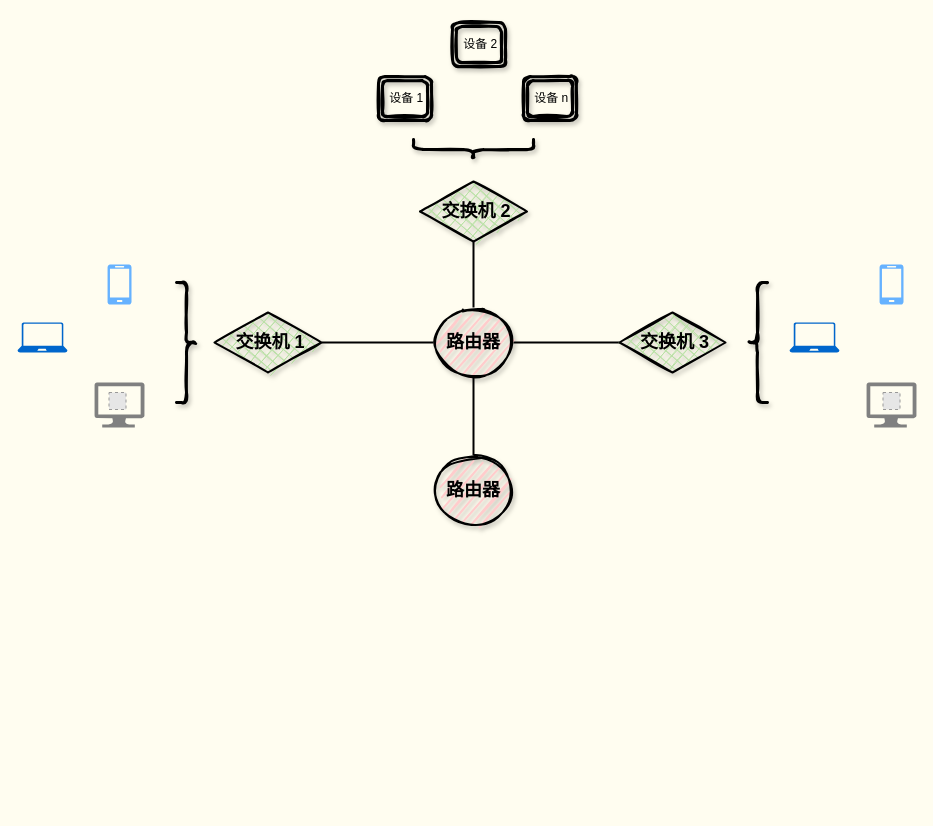
The draw.io diagram pictures/负载均衡/network.drawio in boxtsecond/draw, before the edit. Source tidied: cells renumbered, new cells numbered last; positions are measured from the earlier drawing's top-left corner, leaving out a move shared by most shapes. Both pictures are drawn from the tidied source at 100%, with x=0, y=0 at pixel (17, 22). Pictures stored in the file or linked from it are replaced by grey dashed boxes.
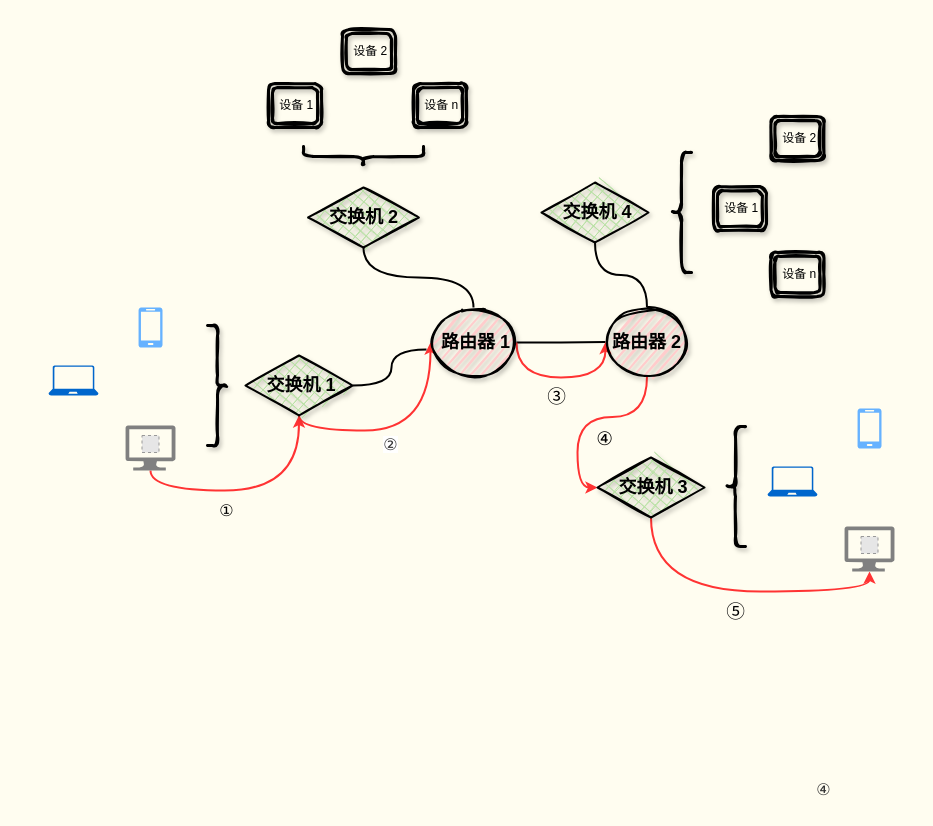
Above is the later version.

What changed in the source:
```diff
@@
     <mxCell id="2" style="shadow=0;dashed=0;html=1;strokeColor=none;labelPosition=center;verticalLabelPosition=bottom;verticalAlign=top;align=center;fillColor=#66B2FF;shape=mxgraph.azure.mobile;" parent="1" vertex="1">
-      <mxGeometry x="90" y="242" width="24" height="40" as="geometry" />
+      <mxGeometry x="121" y="285" width="24" height="40" as="geometry" />
     </mxCell>
+    <mxCell id="27" style="edgeStyle=orthogonalEdgeStyle;curved=1;rounded=1;jumpStyle=arc;jettySize=auto;html=1;exitX=0.5;exitY=1;exitDx=0;exitDy=0;exitPerimeter=0;entryX=0.5;entryY=1;entryDx=0;entryDy=0;endArrow=classic;endFill=1;strokeWidth=2;strokeColor=#FF3333;" parent="1" edge="1" source="3" target="7">
+      <mxGeometry relative="1" as="geometry" />
+    </mxCell>
     <mxCell id="3" style="shadow=0;dashed=0;html=1;strokeColor=none;labelPosition=center;verticalLabelPosition=bottom;verticalAlign=top;align=center;fillColor=#808080;shape=mxgraph.azure.computer;" parent="1" vertex="1">
-      <mxGeometry x="77" y="360" width="50" height="45" as="geometry" />
+      <mxGeometry x="108" y="403" width="50" height="45" as="geometry" />
     </mxCell>
     <mxCell id="4" style="shadow=0;dashed=0;html=1;strokeColor=none;labelPosition=center;verticalLabelPosition=bottom;verticalAlign=top;align=center;fillColor=#0066CC;shape=mxgraph.azure.laptop;" parent="1" vertex="1">
-      <mxGeometry y="300" width="50" height="30" as="geometry" />
+      <mxGeometry x="31" y="343" width="50" height="30" as="geometry" />
     </mxCell>
@@
-    <mxCell id="6" style="edgeStyle=orthogonalEdgeStyle;curved=1;rounded=1;jumpStyle=arc;jettySize=auto;html=1;exitX=1;exitY=0.5;exitDx=0;exitDy=0;entryX=0;entryY=0.5;entryDx=0;entryDy=0;endArrow=none;endFill=0;strokeWidth=2;" parent="1" edge="1" source="7" target="12">
-      <mxGeometry relative="1" as="geometry" />
-    </mxCell>
+    <mxCell id="28" style="edgeStyle=orthogonalEdgeStyle;curved=1;rounded=1;jumpStyle=arc;jettySize=auto;html=1;exitX=0.5;exitY=1;exitDx=0;exitDy=0;entryX=0;entryY=0.5;entryDx=0;entryDy=0;endArrow=classic;endFill=1;strokeWidth=2;fontSize=16;strokeColor=#FF3333;" parent="1" edge="1" source="7" target="12">
+      <mxGeometry relative="1" as="geometry">
+        <Array as="points">
+          <mxPoint x="413" y="408" />
+        </Array>
+      </mxGeometry>
+    </mxCell>
+    <mxCell id="29" style="edgeStyle=orthogonalEdgeStyle;curved=1;rounded=1;jumpStyle=arc;jettySize=auto;html=1;exitX=1;exitY=0.5;exitDx=0;exitDy=0;entryX=-0.047;entryY=0.6;entryDx=0;entryDy=0;entryPerimeter=0;endArrow=none;endFill=0;strokeWidth=2;fontSize=16;" parent="1" edge="1" source="7" target="12">
+      <mxGeometry relative="1" as="geometry" />
+    </mxCell>
     <mxCell id="7" value="&lt;b&gt;&lt;font style=&quot;font-size: 18px&quot;&gt;&amp;nbsp;交换机 1&lt;/font&gt;&lt;/b&gt;" style="rhombus;whiteSpace=wrap;html=1;strokeWidth=2;fillWeight=-1;hachureGap=8;fillStyle=cross-hatch;sketch=1;shadow=1;glass=0;fillColor=#B9E0A5;" parent="1" vertex="1">
-      <mxGeometry x="197" y="290" width="107" height="60" as="geometry" />
+      <mxGeometry x="228" y="333" width="107" height="60" as="geometry" />
     </mxCell>
     <mxCell id="8" style="shape=curlyBracket;whiteSpace=wrap;html=1;rounded=1;shadow=1;glass=0;sketch=1;strokeWidth=3;fillColor=#B9E0A5;direction=west;size=0.5;" parent="1" vertex="1">
-      <mxGeometry x="159" y="260" width="20" height="120" as="geometry" />
+      <mxGeometry x="190" y="303" width="20" height="120" as="geometry" />
     </mxCell>
@@
-    <mxCell id="11" style="edgeStyle=orthogonalEdgeStyle;curved=1;rounded=1;jumpStyle=arc;jettySize=auto;html=1;exitX=1;exitY=0.5;exitDx=0;exitDy=0;entryX=0;entryY=0.5;entryDx=0;entryDy=0;endArrow=none;endFill=0;strokeWidth=2;" parent="1" edge="1" source="12" target="15">
-      <mxGeometry relative="1" as="geometry" />
-    </mxCell>
+    <mxCell id="30" style="edgeStyle=orthogonalEdgeStyle;curved=1;rounded=1;jumpStyle=arc;jettySize=auto;html=1;exitX=1;exitY=0.5;exitDx=0;exitDy=0;endArrow=classic;endFill=1;strokeWidth=2;fontSize=16;strokeColor=#FF3333;" parent="1" edge="1" source="12" target="13">
+      <mxGeometry relative="1" as="geometry">
+        <Array as="points">
+          <mxPoint x="499" y="355" />
+          <mxPoint x="588" y="355" />
+        </Array>
+      </mxGeometry>
+    </mxCell>
-    <mxCell id="12" value="&lt;b&gt;&lt;font style=&quot;font-size: 18px&quot;&gt;路由器&lt;/font&gt;&lt;/b&gt;" style="ellipse;whiteSpace=wrap;html=1;strokeWidth=2;fillWeight=2;hachureGap=8;fillStyle=dots;sketch=1;shadow=1;glass=0;fillColor=#FFCCCC;" parent="1" vertex="1">
-      <mxGeometry x="416" y="285" width="80" height="70" as="geometry" />
+    <mxCell id="12" value="&lt;b&gt;&lt;font style=&quot;font-size: 18px&quot;&gt;&amp;nbsp;路由器 1&lt;/font&gt;&lt;/b&gt;" style="ellipse;whiteSpace=wrap;html=1;strokeWidth=2;fillWeight=2;hachureGap=8;fillStyle=dots;sketch=1;shadow=1;glass=0;fillColor=#FFCCCC;" parent="1" vertex="1">
+      <mxGeometry x="413" y="285" width="86" height="70" as="geometry" />
     </mxCell>
+    <mxCell id="31" style="edgeStyle=orthogonalEdgeStyle;curved=1;rounded=1;jumpStyle=arc;jettySize=auto;html=1;exitX=0.5;exitY=0;exitDx=0;exitDy=0;entryX=0.5;entryY=1;entryDx=0;entryDy=0;endArrow=none;endFill=0;strokeWidth=2;fontSize=16;" parent="1" edge="1" source="13" target="39">
+      <mxGeometry relative="1" as="geometry" />
+    </mxCell>
+    <mxCell id="32" style="edgeStyle=orthogonalEdgeStyle;curved=1;rounded=1;jumpStyle=arc;jettySize=auto;html=1;exitX=0.5;exitY=1;exitDx=0;exitDy=0;entryX=0;entryY=0.5;entryDx=0;entryDy=0;endArrow=classic;endFill=1;strokeWidth=2;fontSize=16;strokeColor=#FF3333;" parent="1" edge="1" source="13" target="15">
+      <mxGeometry relative="1" as="geometry" />
+    </mxCell>
-    <mxCell id="13" value="&lt;b&gt;&lt;font style=&quot;font-size: 18px&quot;&gt;路由器&lt;/font&gt;&lt;/b&gt;" style="ellipse;whiteSpace=wrap;html=1;strokeWidth=2;fillWeight=2;hachureGap=8;fillStyle=dots;sketch=1;shadow=1;glass=0;fillColor=#FFCCCC;" parent="1" vertex="1">
-      <mxGeometry x="416" y="433" width="80" height="70" as="geometry" />
+    <mxCell id="13" value="&lt;b&gt;&lt;font style=&quot;font-size: 18px&quot;&gt;路由器 2&lt;/font&gt;&lt;/b&gt;" style="ellipse;whiteSpace=wrap;html=1;strokeWidth=2;fillWeight=2;hachureGap=8;fillStyle=dots;sketch=1;shadow=1;glass=0;fillColor=#FFCCCC;" parent="1" vertex="1">
+      <mxGeometry x="588" y="285" width="83" height="69" as="geometry" />
     </mxCell>
-    <mxCell id="14" value="&lt;b&gt;&lt;font style=&quot;font-size: 18px&quot;&gt;&amp;nbsp;交换机 2&lt;/font&gt;&lt;/b&gt;" style="rhombus;whiteSpace=wrap;html=1;strokeWidth=2;fillWeight=-1;hachureGap=8;fillStyle=cross-hatch;sketch=1;shadow=1;glass=0;fillColor=#B9E0A5;" parent="1" vertex="1">
-      <mxGeometry x="402.5" y="159" width="107" height="60" as="geometry" />
+    <mxCell id="14" value="&lt;b&gt;&lt;font style=&quot;font-size: 18px&quot;&gt;交换机 2&lt;/font&gt;&lt;/b&gt;" style="rhombus;whiteSpace=wrap;html=1;strokeWidth=2;fillWeight=-1;hachureGap=8;fillStyle=cross-hatch;sketch=1;shadow=1;glass=0;fillColor=#B9E0A5;" parent="1" vertex="1">
+      <mxGeometry x="290.6" y="165" width="110.8" height="60" as="geometry" />
     </mxCell>
+    <mxCell id="33" style="edgeStyle=orthogonalEdgeStyle;curved=1;rounded=1;jumpStyle=arc;jettySize=auto;html=1;exitX=0.5;exitY=1;exitDx=0;exitDy=0;entryX=0.5;entryY=1;entryDx=0;entryDy=0;entryPerimeter=0;endArrow=classic;endFill=1;strokeWidth=2;fontSize=16;strokeColor=#FF3333;" parent="1" edge="1" source="15" target="23">
+      <mxGeometry relative="1" as="geometry" />
+    </mxCell>
     <mxCell id="15" value="&lt;b&gt;&lt;font style=&quot;font-size: 18px&quot;&gt;&amp;nbsp;交换机 3&lt;/font&gt;&lt;/b&gt;" style="rhombus;whiteSpace=wrap;html=1;strokeWidth=2;fillWeight=-1;hachureGap=8;fillStyle=cross-hatch;sketch=1;shadow=1;glass=0;fillColor=#B9E0A5;" parent="1" vertex="1">
-      <mxGeometry x="602" y="290" width="106" height="60" as="geometry" />
+      <mxGeometry x="580" y="435" width="107" height="60" as="geometry" />
     </mxCell>
     <mxCell id="16" style="shape=curlyBracket;whiteSpace=wrap;html=1;rounded=1;shadow=1;glass=0;sketch=1;strokeWidth=3;fillColor=#FFCCCC;direction=north;" parent="1" vertex="1">
-      <mxGeometry x="396" y="117" width="120" height="20" as="geometry" />
+      <mxGeometry x="286" y="124" width="120" height="20" as="geometry" />
     </mxCell>
     <mxCell id="17" value="&amp;nbsp;设备 1" style="shape=ext;double=1;rounded=1;whiteSpace=wrap;html=1;shadow=1;glass=0;sketch=1;strokeWidth=3;fillColor=none;" parent="1" vertex="1">
-      <mxGeometry x="361" y="54" width="53" height="44" as="geometry" />
+      <mxGeometry x="251" y="61" width="53" height="44" as="geometry" />
     </mxCell>
     <mxCell id="18" value="&amp;nbsp;设备 2" style="shape=ext;double=1;rounded=1;whiteSpace=wrap;html=1;shadow=1;glass=0;sketch=1;strokeWidth=3;fillColor=none;" parent="1" vertex="1">
-      <mxGeometry x="435" width="53" height="44" as="geometry" />
+      <mxGeometry x="325" y="7" width="53" height="44" as="geometry" />
     </mxCell>
     <mxCell id="19" value="&amp;nbsp;设备 n" style="shape=ext;double=1;rounded=1;whiteSpace=wrap;html=1;shadow=1;glass=0;sketch=1;strokeWidth=3;fillColor=none;" parent="1" vertex="1">
-      <mxGeometry x="506" y="54" width="53" height="44" as="geometry" />
+      <mxGeometry x="396" y="61" width="53" height="44" as="geometry" />
     </mxCell>
-    <mxCell id="20" style="fillColor=#E6E6E6;strokeColor=#999999;dashed=1;html=1;verticalAlign=top;verticalLabelPosition=bottom;labelBackgroundColor=#ffffff;" parent="1" vertex="1">
-      <mxGeometry x="91.5" y="370" width="17" height="17" as="geometry" />
-    </mxCell>
     <mxCell id="21" style="shape=curlyBracket;whiteSpace=wrap;html=1;rounded=1;shadow=1;glass=0;sketch=1;strokeWidth=3;fillColor=#B9E0A5;direction=east;size=0.5;" parent="1" vertex="1">
-      <mxGeometry x="730" y="260" width="20" height="120" as="geometry" />
+      <mxGeometry x="708" y="404" width="20" height="120" as="geometry" />
     </mxCell>
     <mxCell id="22" style="shadow=0;dashed=0;html=1;strokeColor=none;labelPosition=center;verticalLabelPosition=bottom;verticalAlign=top;align=center;fillColor=#66B2FF;shape=mxgraph.azure.mobile;" parent="1" vertex="1">
-      <mxGeometry x="862" y="242" width="24" height="40" as="geometry" />
+      <mxGeometry x="840" y="386" width="24" height="40" as="geometry" />
     </mxCell>
     <mxCell id="23" style="shadow=0;dashed=0;html=1;strokeColor=none;labelPosition=center;verticalLabelPosition=bottom;verticalAlign=top;align=center;fillColor=#808080;shape=mxgraph.azure.computer;" parent="1" vertex="1">
-      <mxGeometry x="849" y="360" width="50" height="45" as="geometry" />
+      <mxGeometry x="827" y="504" width="50" height="45" as="geometry" />
     </mxCell>
     <mxCell id="24" style="shadow=0;dashed=0;html=1;strokeColor=none;labelPosition=center;verticalLabelPosition=bottom;verticalAlign=top;align=center;fillColor=#0066CC;shape=mxgraph.azure.laptop;" parent="1" vertex="1">
-      <mxGeometry x="772" y="300" width="50" height="30" as="geometry" />
+      <mxGeometry x="750" y="444" width="50" height="30" as="geometry" />
     </mxCell>
@@
-    <mxCell id="26" style="fillColor=#E6E6E6;strokeColor=#999999;dashed=1;html=1;verticalAlign=top;verticalLabelPosition=bottom;labelBackgroundColor=#ffffff;" parent="1" vertex="1">
-      <mxGeometry x="865.5" y="370" width="17" height="17" as="geometry" />
-    </mxCell>
+    <mxCell id="34" value="①" style="text;html=1;align=center;verticalAlign=middle;fontSize=16;" parent="1" vertex="1">
+      <mxGeometry x="196" y="476" width="26" height="23" as="geometry" />
+    </mxCell>
+    <mxCell id="35" style="fillColor=#E6E6E6;strokeColor=#999999;dashed=1;html=1;verticalAlign=top;verticalLabelPosition=bottom;labelBackgroundColor=#ffffff;" parent="1" vertex="1">
+      <mxGeometry x="124.5" y="413" width="17" height="17" as="geometry" />
+    </mxCell>
+    <mxCell id="36" style="fillColor=#E6E6E6;strokeColor=#999999;dashed=1;html=1;verticalAlign=top;verticalLabelPosition=bottom;labelBackgroundColor=#ffffff;" parent="1" vertex="1">
+      <mxGeometry x="843.5" y="514" width="17" height="17" as="geometry" />
+    </mxCell>
+    <mxCell id="37" value="&lt;span style=&quot;color: rgb(51 , 51 , 51) ; background-color: rgb(255 , 255 , 255)&quot;&gt;&lt;font style=&quot;font-size: 16px&quot;&gt;②&lt;/font&gt;&lt;/span&gt;" style="text;html=1;align=center;verticalAlign=middle;fontSize=16;" parent="1" vertex="1">
+      <mxGeometry x="360" y="410" width="26" height="23" as="geometry" />
+    </mxCell>
+    <mxCell id="38" value="&lt;h1 style=&quot;margin: 0px ; padding: 0px ; font-stretch: normal ; font-size: 16px ; line-height: 26px ; font-family: &amp;#34;pingfang sc&amp;#34; , &amp;#34;lantinghei sc&amp;#34; , &amp;#34;microsoft yahei&amp;#34; , &amp;#34;arial&amp;#34; , , sans-serif , &amp;#34;tahoma&amp;#34; ; word-break: break-all ; position: relative ; color: rgb(51 , 51 , 51)&quot;&gt;&lt;span class=&quot;ask-title&quot; style=&quot;display: inline ; line-height: 34px ; font-weight: 400 ; overflow: hidden ; vertical-align: middle&quot;&gt;④&lt;/span&gt;&lt;/h1&gt;" style="text;html=1;align=center;verticalAlign=middle;fontSize=16;" parent="1" vertex="1">
+      <mxGeometry x="793" y="748" width="26" height="38" as="geometry" />
+    </mxCell>
+    <mxCell id="39" value="&lt;b&gt;&lt;font style=&quot;font-size: 18px&quot;&gt;&amp;nbsp;交换机 4&lt;/font&gt;&lt;/b&gt;" style="rhombus;whiteSpace=wrap;html=1;strokeWidth=2;fillWeight=-1;hachureGap=8;fillStyle=cross-hatch;sketch=1;shadow=1;glass=0;fillColor=#B9E0A5;" parent="1" vertex="1">
+      <mxGeometry x="524" y="160" width="107" height="60" as="geometry" />
+    </mxCell>
+    <mxCell id="40" style="shape=curlyBracket;whiteSpace=wrap;html=1;rounded=1;shadow=1;glass=0;sketch=1;strokeWidth=3;fillColor=#FFCCCC;direction=east;" parent="1" vertex="1">
+      <mxGeometry x="654" y="130" width="20" height="120" as="geometry" />
+    </mxCell>
+    <mxCell id="41" value="&amp;nbsp;设备 1" style="shape=ext;double=1;rounded=1;whiteSpace=wrap;html=1;shadow=1;glass=0;sketch=1;strokeWidth=3;fillColor=none;" parent="1" vertex="1">
+      <mxGeometry x="696" y="164" width="53" height="44" as="geometry" />
+    </mxCell>
+    <mxCell id="42" value="&amp;nbsp;设备 2" style="shape=ext;double=1;rounded=1;whiteSpace=wrap;html=1;shadow=1;glass=0;sketch=1;strokeWidth=3;fillColor=none;" parent="1" vertex="1">
+      <mxGeometry x="753.5" y="94" width="53" height="44" as="geometry" />
+    </mxCell>
+    <mxCell id="43" value="&amp;nbsp;设备 n" style="shape=ext;double=1;rounded=1;whiteSpace=wrap;html=1;shadow=1;glass=0;sketch=1;strokeWidth=3;fillColor=none;" parent="1" vertex="1">
+      <mxGeometry x="753.5" y="230" width="53" height="44" as="geometry" />
+    </mxCell>
+    <mxCell id="44" value="&lt;br/&gt;&lt;br/&gt;&lt;br/&gt;&lt;br/&gt;&lt;br/&gt;&lt;br/&gt;&lt;br/&gt;&lt;p style=&quot;margin: 0in ; font-family: &amp;#34;microsoft yahei&amp;#34; ; font-size: 14.0pt&quot; lang=&quot;zh-CN&quot;&gt;③&lt;/p&gt;" style="text;html=1;align=center;verticalAlign=middle;fontSize=16;" parent="1" vertex="1">
+      <mxGeometry x="524" y="230" width="29" height="156" as="geometry" />
+    </mxCell>
+    <mxCell id="45" value="&lt;br/&gt;&lt;br/&gt;&lt;br/&gt;&lt;br/&gt;&lt;br/&gt;&lt;br/&gt;&lt;br/&gt;&lt;p style=&quot;margin: 0in ; font-family: &amp;#34;microsoft yahei&amp;#34; ; font-size: 14.0pt&quot; lang=&quot;zh-CN&quot;&gt;④&lt;/p&gt;" style="text;html=1;align=center;verticalAlign=middle;fontSize=16;" parent="1" vertex="1">
+      <mxGeometry x="572" y="272" width="29" height="156" as="geometry" />
+    </mxCell>
+    <mxCell id="46" value="&lt;br/&gt;&lt;br/&gt;&lt;br/&gt;&lt;br/&gt;&lt;br/&gt;&lt;br/&gt;&lt;br/&gt;&lt;p style=&quot;margin: 0in ; font-family: &amp;#34;microsoft yahei&amp;#34; ; font-size: 14.0pt&quot; lang=&quot;zh-CN&quot;&gt;⑤&lt;/p&gt;" style="text;html=1;align=center;verticalAlign=middle;fontSize=16;" parent="1" vertex="1">
+      <mxGeometry x="703.5" y="444.5" width="29" height="156" as="geometry" />
+    </mxCell>
```
